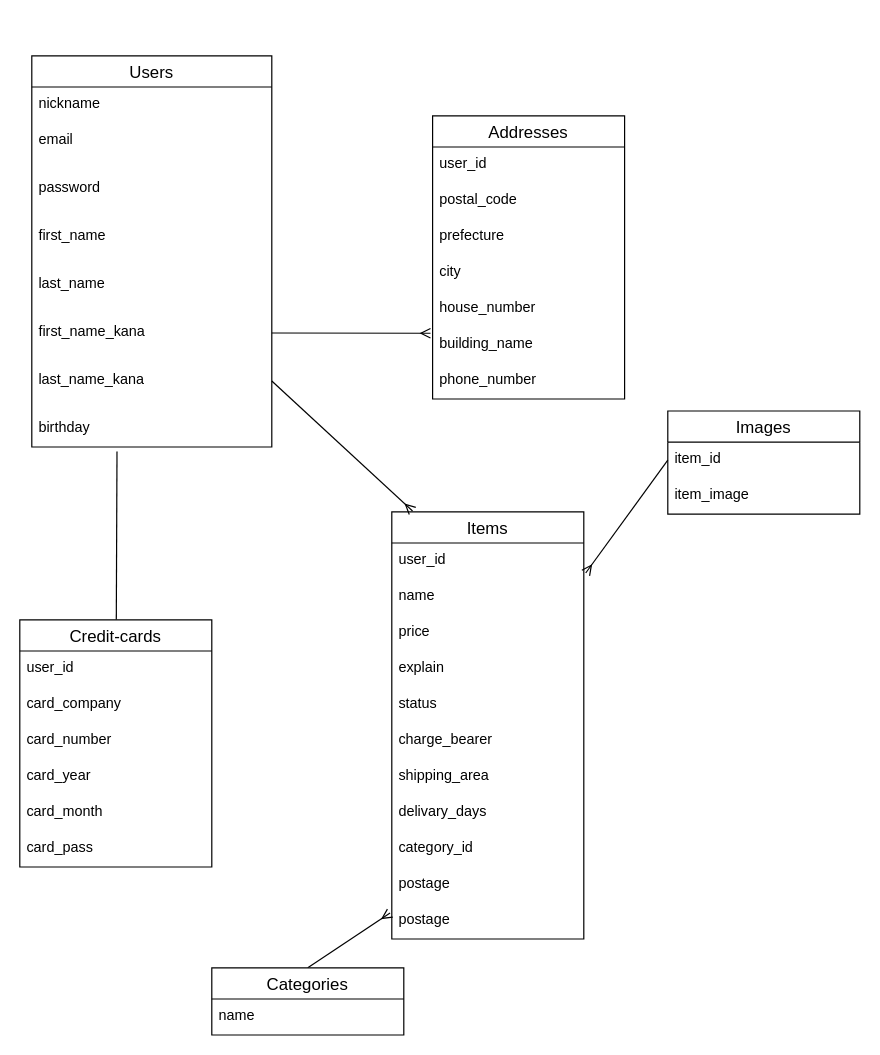
Above: test.dio in yk8710/furima-37813 (draw.io), before the change. Source tidied: cells renumbered, new cells numbered last; positions are measured from the earlier drawing's top-left corner, leaving out a move shared by most shapes. Both pictures are drawn from the tidied source at 120%, with x=0, y=0 at pixel (19, 55).
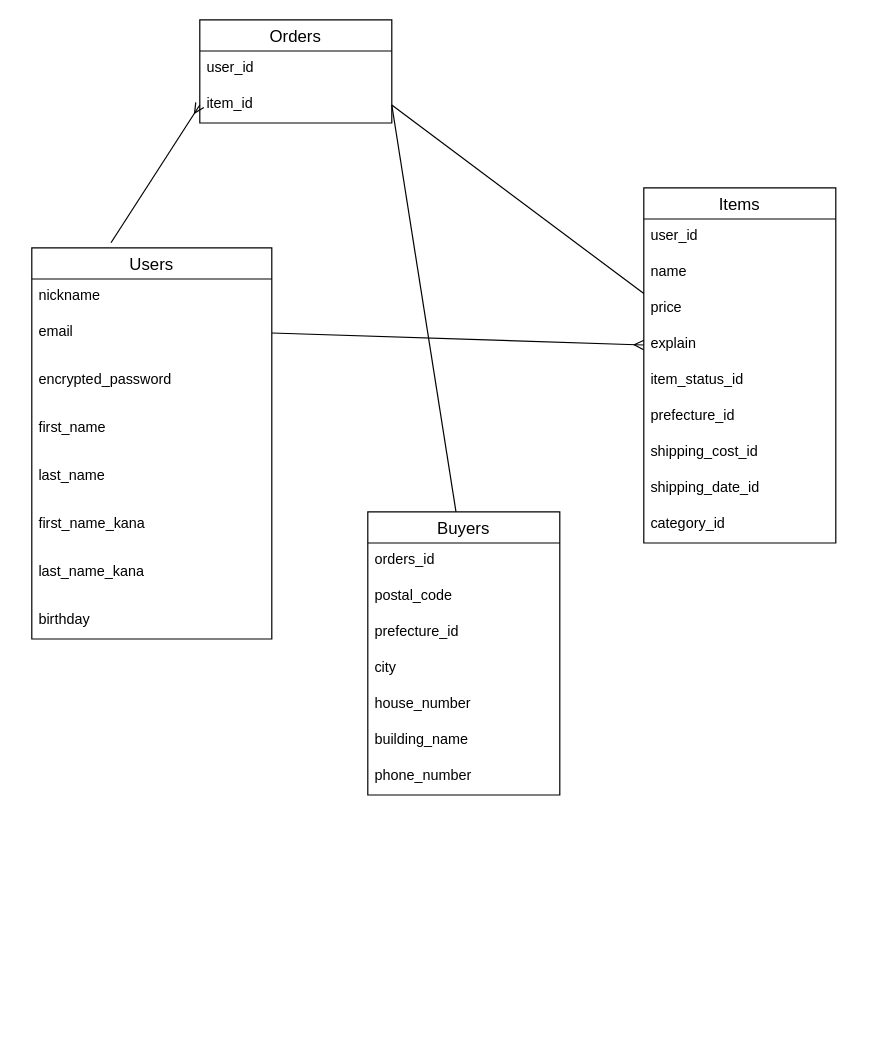
The same page after the edit.

Commit message (it also covers changes not shown here):
データベース設計の修正

Unchanged cells that the change refers to:
```xml
<mxCell id="4" value="email                       " style="text;strokeColor=none;fillColor=none;spacingLeft=4;spacingRight=4;overflow=hidden;points=[[0,0.5],[1,0.5]];portConstraint=eastwest;fontSize=12;labelBorderColor=none;" parent="2" vertex="1">
  <mxGeometry y="56" width="200" height="30" as="geometry" />
</mxCell>
<mxCell id="12" value="first_name_kana    " style="text;strokeColor=none;fillColor=none;spacingLeft=4;spacingRight=4;overflow=hidden;points=[[0,0.5],[1,0.5]];portConstraint=eastwest;fontSize=12;labelBorderColor=none;" parent="2" vertex="1">
  <mxGeometry y="216" width="200" height="30" as="geometry" />
</mxCell>
<mxCell id="14" value="last_name_kana" style="text;strokeColor=none;fillColor=none;spacingLeft=4;spacingRight=4;overflow=hidden;points=[[0,0.5],[1,0.5]];portConstraint=eastwest;fontSize=12;labelBorderColor=none;" parent="2" vertex="1">
  <mxGeometry y="256" width="200" height="30" as="geometry" />
</mxCell>
<mxCell id="16" value="birthday" style="text;strokeColor=none;fillColor=none;spacingLeft=4;spacingRight=4;overflow=hidden;points=[[0,0.5],[1,0.5]];portConstraint=eastwest;fontSize=12;labelBorderColor=none;" parent="2" vertex="1">
  <mxGeometry y="296" width="200" height="30" as="geometry" />
</mxCell>
<mxCell id="34" value="user_id" style="text;strokeColor=none;fillColor=none;spacingLeft=4;spacingRight=4;overflow=hidden;points=[[0,0.5],[1,0.5]];portConstraint=eastwest;fontSize=12;labelBorderColor=none;" parent="33" vertex="1">
  <mxGeometry y="26" width="160" height="30" as="geometry" />
</mxCell>
<mxCell id="37" value="explain" style="text;strokeColor=none;fillColor=none;spacingLeft=4;spacingRight=4;overflow=hidden;points=[[0,0.5],[1,0.5]];portConstraint=eastwest;fontSize=12;labelBorderColor=none;" parent="33" vertex="1">
  <mxGeometry y="116" width="160" height="30" as="geometry" />
</mxCell>
```

The edit, as a diff of the source:
```diff
@@
     <mxCell id="2" value="Users" style="swimlane;fontStyle=0;horizontal=1;startSize=26;align=center;fontSize=14;labelBorderColor=none;strokeColor=default;" parent="1" vertex="1">
-      <mxGeometry x="10" width="200" height="326" as="geometry" />
+      <mxGeometry x="10" y="160" width="200" height="326" as="geometry" />
     </mxCell>
@@
-    <mxCell id="6" value="password                " style="text;strokeColor=none;fillColor=none;spacingLeft=4;spacingRight=4;overflow=hidden;fontSize=12;labelBorderColor=none;" parent="2" vertex="1">
+    <mxCell id="6" value="encrypted_password                " style="text;strokeColor=none;fillColor=none;spacingLeft=4;spacingRight=4;overflow=hidden;fontSize=12;labelBorderColor=none;" parent="2" vertex="1">
       <mxGeometry y="96" width="200" height="30" as="geometry" />
     </mxCell>
@@
-    <mxCell id="17" style="edgeStyle=none;rounded=1;jumpSize=6;html=1;entryX=0.355;entryY=1.127;entryDx=0;entryDy=0;entryPerimeter=0;endArrow=none;endFill=0;startSize=6;targetPerimeterSpacing=0;strokeColor=default;strokeWidth=1;" parent="1" edge="1" source="18" target="16">
-      <mxGeometry relative="1" as="geometry" />
-    </mxCell>
-    <mxCell id="18" value="Credit-cards" style="swimlane;fontStyle=0;horizontal=1;startSize=26;align=center;fontSize=14;labelBorderColor=none;strokeColor=default;" parent="1" vertex="1">
-      <mxGeometry y="470" width="160" height="206" as="geometry" />
-    </mxCell>
-    <mxCell id="19" value="user_id" style="text;strokeColor=none;fillColor=none;spacingLeft=4;spacingRight=4;overflow=hidden;fontSize=12;labelBorderColor=none;" parent="18" vertex="1">
-      <mxGeometry y="26" width="160" height="30" as="geometry" />
-    </mxCell>
-    <mxCell id="20" value="card_company" style="text;strokeColor=none;fillColor=none;spacingLeft=4;spacingRight=4;overflow=hidden;fontSize=12;labelBorderColor=none;" parent="18" vertex="1">
-      <mxGeometry y="56" width="160" height="30" as="geometry" />
-    </mxCell>
-    <mxCell id="21" value="card_number" style="text;strokeColor=none;fillColor=none;spacingLeft=4;spacingRight=4;overflow=hidden;fontSize=12;labelBorderColor=none;" parent="18" vertex="1">
-      <mxGeometry y="86" width="160" height="30" as="geometry" />
-    </mxCell>
-    <mxCell id="22" value="card_year" style="text;strokeColor=none;fillColor=none;spacingLeft=4;spacingRight=4;overflow=hidden;fontSize=12;labelBorderColor=none;" parent="18" vertex="1">
-      <mxGeometry y="116" width="160" height="30" as="geometry" />
-    </mxCell>
-    <mxCell id="23" value="card_month" style="text;strokeColor=none;fillColor=none;spacingLeft=4;spacingRight=4;overflow=hidden;fontSize=12;labelBorderColor=none;" parent="18" vertex="1">
-      <mxGeometry y="146" width="160" height="30" as="geometry" />
-    </mxCell>
-    <mxCell id="24" value="card_pass" style="text;strokeColor=none;fillColor=none;spacingLeft=4;spacingRight=4;overflow=hidden;fontSize=12;labelBorderColor=none;" parent="18" vertex="1">
-      <mxGeometry y="176" width="160" height="30" as="geometry" />
-    </mxCell>
-    <mxCell id="25" value="Addresses" style="swimlane;fontStyle=0;horizontal=1;startSize=26;align=center;fontSize=14;labelBorderColor=none;strokeColor=default;" parent="1" vertex="1">
-      <mxGeometry x="344" y="50" width="160" height="236" as="geometry" />
-    </mxCell>
-    <mxCell id="26" value="user_id" style="text;strokeColor=none;fillColor=none;spacingLeft=4;spacingRight=4;overflow=hidden;fontSize=12;labelBorderColor=none;" parent="25" vertex="1">
-      <mxGeometry y="26" width="160" height="30" as="geometry" />
-    </mxCell>
-    <mxCell id="27" value="postal_code" style="text;strokeColor=none;fillColor=none;spacingLeft=4;spacingRight=4;overflow=hidden;fontSize=12;labelBorderColor=none;" parent="25" vertex="1">
-      <mxGeometry y="56" width="160" height="30" as="geometry" />
-    </mxCell>
-    <mxCell id="28" value="prefecture" style="text;strokeColor=none;fillColor=none;spacingLeft=4;spacingRight=4;overflow=hidden;fontSize=12;labelBorderColor=none;" parent="25" vertex="1">
-      <mxGeometry y="86" width="160" height="30" as="geometry" />
-    </mxCell>
-    <mxCell id="29" value="city" style="text;strokeColor=none;fillColor=none;spacingLeft=4;spacingRight=4;overflow=hidden;fontSize=12;labelBorderColor=none;" parent="25" vertex="1">
-      <mxGeometry y="116" width="160" height="30" as="geometry" />
-    </mxCell>
-    <mxCell id="30" value="house_number" style="text;strokeColor=none;fillColor=none;spacingLeft=4;spacingRight=4;overflow=hidden;fontSize=12;labelBorderColor=none;" parent="25" vertex="1">
-      <mxGeometry y="146" width="160" height="30" as="geometry" />
-    </mxCell>
-    <mxCell id="31" value="building_name" style="text;strokeColor=none;fillColor=none;spacingLeft=4;spacingRight=4;overflow=hidden;points=[[0,0.5],[1,0.5]];portConstraint=eastwest;fontSize=12;labelBorderColor=none;" parent="25" vertex="1">
-      <mxGeometry y="176" width="160" height="30" as="geometry" />
-    </mxCell>
-    <mxCell id="32" value="phone_number" style="text;strokeColor=none;fillColor=none;spacingLeft=4;spacingRight=4;overflow=hidden;fontSize=12;labelBorderColor=none;" parent="25" vertex="1">
-      <mxGeometry y="206" width="160" height="30" as="geometry" />
-    </mxCell>
     <mxCell id="33" value="Items" style="swimlane;fontStyle=0;horizontal=1;startSize=26;align=center;fontSize=14;labelBorderColor=none;strokeColor=default;" parent="1" vertex="1">
-      <mxGeometry x="310" y="380" width="160" height="356" as="geometry" />
+      <mxGeometry x="520" y="110" width="160" height="296" as="geometry" />
     </mxCell>
@@
-    <mxCell id="38" value="status" style="text;strokeColor=none;fillColor=none;spacingLeft=4;spacingRight=4;overflow=hidden;fontSize=12;labelBorderColor=none;" parent="33" vertex="1">
+    <mxCell id="38" value="item_status_id" style="text;strokeColor=none;fillColor=none;spacingLeft=4;spacingRight=4;overflow=hidden;fontSize=12;labelBorderColor=none;" parent="33" vertex="1">
       <mxGeometry y="146" width="160" height="30" as="geometry" />
     </mxCell>
-    <mxCell id="39" value="charge_bearer" style="text;strokeColor=none;fillColor=none;spacingLeft=4;spacingRight=4;overflow=hidden;fontSize=12;labelBorderColor=none;" parent="33" vertex="1">
+    <mxCell id="39" value="prefecture_id" style="text;strokeColor=none;fillColor=none;spacingLeft=4;spacingRight=4;overflow=hidden;fontSize=12;labelBorderColor=none;" parent="33" vertex="1">
       <mxGeometry y="176" width="160" height="30" as="geometry" />
     </mxCell>
-    <mxCell id="40" value="shipping_area" style="text;strokeColor=none;fillColor=none;spacingLeft=4;spacingRight=4;overflow=hidden;fontSize=12;labelBorderColor=none;" parent="33" vertex="1">
+    <mxCell id="40" value="shipping_cost_id" style="text;strokeColor=none;fillColor=none;spacingLeft=4;spacingRight=4;overflow=hidden;fontSize=12;labelBorderColor=none;" parent="33" vertex="1">
       <mxGeometry y="206" width="160" height="30" as="geometry" />
     </mxCell>
-    <mxCell id="41" value="delivary_days" style="text;strokeColor=none;fillColor=none;spacingLeft=4;spacingRight=4;overflow=hidden;fontSize=12;labelBorderColor=none;" parent="33" vertex="1">
+    <mxCell id="41" value="shipping_date_id" style="text;strokeColor=none;fillColor=none;spacingLeft=4;spacingRight=4;overflow=hidden;fontSize=12;labelBorderColor=none;" parent="33" vertex="1">
       <mxGeometry y="236" width="160" height="30" as="geometry" />
     </mxCell>
@@
-    <mxCell id="43" value="postage" style="text;strokeColor=none;fillColor=none;spacingLeft=4;spacingRight=4;overflow=hidden;fontSize=12;labelBorderColor=none;" parent="33" vertex="1">
-      <mxGeometry y="296" width="160" height="30" as="geometry" />
-    </mxCell>
-    <mxCell id="44" value="postage" style="text;strokeColor=none;fillColor=none;spacingLeft=4;spacingRight=4;overflow=hidden;points=[[0,0.5],[1,0.5]];portConstraint=eastwest;fontSize=12;labelBorderColor=none;" parent="33" vertex="1">
-      <mxGeometry y="326" width="160" height="30" as="geometry" />
-    </mxCell>
-    <mxCell id="45" style="edgeStyle=none;html=1;exitX=0.5;exitY=0;exitDx=0;exitDy=0;entryX=-0.009;entryY=0.28;entryDx=0;entryDy=0;entryPerimeter=0;endArrow=ERmany;endFill=0;" parent="1" edge="1" source="46" target="44">
-      <mxGeometry relative="1" as="geometry" />
-    </mxCell>
-    <mxCell id="46" value="Categories" style="swimlane;fontStyle=0;horizontal=1;startSize=26;align=center;fontSize=14;labelBorderColor=none;strokeColor=default;" parent="1" vertex="1">
-      <mxGeometry x="160" y="760" width="160" height="56" as="geometry" />
-    </mxCell>
-    <mxCell id="47" value="name" style="text;strokeColor=none;fillColor=none;spacingLeft=4;spacingRight=4;overflow=hidden;fontSize=12;labelBorderColor=none;" parent="46" vertex="1">
-      <mxGeometry y="26" width="160" height="30" as="geometry" />
-    </mxCell>
-    <mxCell id="48" value="Images" style="swimlane;fontStyle=0;horizontal=1;startSize=26;align=center;fontSize=14;labelBorderColor=none;strokeColor=default;" parent="1" vertex="1">
-      <mxGeometry x="540" y="296" width="160" height="86" as="geometry" />
-    </mxCell>
+    <mxCell id="54" value="Orders" style="swimlane;fontStyle=0;horizontal=1;startSize=26;align=center;fontSize=14;labelBorderColor=none;strokeColor=default;" parent="1" vertex="1">
+      <mxGeometry x="150" y="-30" width="160" height="86" as="geometry" />
+    </mxCell>
+    <mxCell id="55" value="user_id" style="text;strokeColor=none;fillColor=none;spacingLeft=4;spacingRight=4;overflow=hidden;fontSize=12;labelBorderColor=none;" parent="54" vertex="1">
+      <mxGeometry y="26" width="160" height="30" as="geometry" />
+    </mxCell>
-    <mxCell id="49" value="item_id" style="text;strokeColor=none;fillColor=none;spacingLeft=4;spacingRight=4;overflow=hidden;points=[[0,0.5],[1,0.5]];portConstraint=eastwest;fontSize=12;labelBorderColor=none;" parent="48" vertex="1">
-      <mxGeometry y="26" width="160" height="30" as="geometry" />
+    <mxCell id="49" value="item_id" style="text;strokeColor=none;fillColor=none;spacingLeft=4;spacingRight=4;overflow=hidden;points=[[0,0.5],[1,0.5]];portConstraint=eastwest;fontSize=12;labelBorderColor=none;" parent="54" vertex="1">
+      <mxGeometry y="56" width="160" height="30" as="geometry" />
     </mxCell>
-    <mxCell id="50" value="item_image" style="text;strokeColor=none;fillColor=none;spacingLeft=4;spacingRight=4;overflow=hidden;fontSize=12;labelBorderColor=none;" parent="48" vertex="1">
-      <mxGeometry y="56" width="160" height="30" as="geometry" />
-    </mxCell>
-    <mxCell id="51" style="edgeStyle=none;html=1;exitX=1;exitY=0.5;exitDx=0;exitDy=0;entryX=-0.011;entryY=0.173;entryDx=0;entryDy=0;entryPerimeter=0;strokeColor=default;rounded=1;endArrow=ERmany;endFill=0;" parent="1" edge="1" source="12" target="31">
-      <mxGeometry relative="1" as="geometry" />
-    </mxCell>
-    <mxCell id="52" style="edgeStyle=none;html=1;exitX=1;exitY=0.5;exitDx=0;exitDy=0;entryX=0.108;entryY=-0.002;entryDx=0;entryDy=0;entryPerimeter=0;endArrow=ERmany;endFill=0;startSize=6;jumpSize=6;targetPerimeterSpacing=0;strokeWidth=1;" parent="1" edge="1" source="14" target="33">
-      <mxGeometry relative="1" as="geometry" />
-    </mxCell>
-    <mxCell id="53" style="edgeStyle=none;html=1;exitX=0;exitY=0.5;exitDx=0;exitDy=0;entryX=1.01;entryY=0.833;entryDx=0;entryDy=0;entryPerimeter=0;endArrow=ERmany;endFill=0;" parent="1" edge="1" source="49" target="34">
-      <mxGeometry relative="1" as="geometry" />
-    </mxCell>
+    <mxCell id="56" style="edgeStyle=none;rounded=1;jumpSize=6;html=1;exitX=0;exitY=0.5;exitDx=0;exitDy=0;entryX=0.33;entryY=-0.013;entryDx=0;entryDy=0;entryPerimeter=0;endArrow=none;endFill=0;startSize=6;targetPerimeterSpacing=0;strokeColor=default;strokeWidth=1;startArrow=ERmany;startFill=0;" parent="1" edge="1" source="49" target="2">
+      <mxGeometry relative="1" as="geometry" />
+    </mxCell>
+    <mxCell id="57" style="edgeStyle=none;rounded=1;jumpSize=6;html=1;exitX=1;exitY=0.5;exitDx=0;exitDy=0;startArrow=none;startFill=0;endArrow=none;endFill=0;startSize=6;targetPerimeterSpacing=0;strokeColor=default;strokeWidth=1;" parent="1" edge="1" source="49" target="33">
+      <mxGeometry relative="1" as="geometry" />
+    </mxCell>
+    <mxCell id="58" style="edgeStyle=none;rounded=1;jumpSize=6;html=1;exitX=1;exitY=0.5;exitDx=0;exitDy=0;startArrow=none;startFill=0;endArrow=none;endFill=0;startSize=6;targetPerimeterSpacing=0;strokeColor=default;strokeWidth=1;" parent="1" edge="1" source="49">
+      <mxGeometry relative="1" as="geometry">
+        <mxPoint x="363.8" y="382" as="targetPoint" />
+      </mxGeometry>
+    </mxCell>
+    <mxCell id="59" style="edgeStyle=none;rounded=1;jumpSize=6;html=1;exitX=1;exitY=0.5;exitDx=0;exitDy=0;entryX=0;entryY=0.5;entryDx=0;entryDy=0;startArrow=none;startFill=0;endArrow=ERmany;endFill=0;startSize=6;targetPerimeterSpacing=0;strokeColor=default;strokeWidth=1;" parent="1" edge="1" source="4" target="37">
+      <mxGeometry relative="1" as="geometry" />
+    </mxCell>
+    <mxCell id="60" value="Buyers" style="swimlane;fontStyle=0;horizontal=1;startSize=26;align=center;fontSize=14;labelBorderColor=none;strokeColor=default;" parent="1" vertex="1">
+      <mxGeometry x="290" y="380" width="160" height="236" as="geometry" />
+    </mxCell>
+    <mxCell id="61" value="orders_id" style="text;strokeColor=none;fillColor=none;spacingLeft=4;spacingRight=4;overflow=hidden;fontSize=12;labelBorderColor=none;" parent="60" vertex="1">
+      <mxGeometry y="26" width="160" height="30" as="geometry" />
+    </mxCell>
+    <mxCell id="27" value="postal_code" style="text;strokeColor=none;fillColor=none;spacingLeft=4;spacingRight=4;overflow=hidden;fontSize=12;labelBorderColor=none;" parent="60" vertex="1">
+      <mxGeometry y="56" width="160" height="30" as="geometry" />
+    </mxCell>
+    <mxCell id="62" value="prefecture_id" style="text;strokeColor=none;fillColor=none;spacingLeft=4;spacingRight=4;overflow=hidden;fontSize=12;labelBorderColor=none;" parent="60" vertex="1">
+      <mxGeometry y="86" width="160" height="30" as="geometry" />
+    </mxCell>
+    <mxCell id="29" value="city" style="text;strokeColor=none;fillColor=none;spacingLeft=4;spacingRight=4;overflow=hidden;fontSize=12;labelBorderColor=none;" parent="60" vertex="1">
+      <mxGeometry y="116" width="160" height="30" as="geometry" />
+    </mxCell>
+    <mxCell id="30" value="house_number" style="text;strokeColor=none;fillColor=none;spacingLeft=4;spacingRight=4;overflow=hidden;fontSize=12;labelBorderColor=none;" parent="60" vertex="1">
+      <mxGeometry y="146" width="160" height="30" as="geometry" />
+    </mxCell>
+    <mxCell id="31" value="building_name" style="text;strokeColor=none;fillColor=none;spacingLeft=4;spacingRight=4;overflow=hidden;points=[[0,0.5],[1,0.5]];portConstraint=eastwest;fontSize=12;labelBorderColor=none;" parent="60" vertex="1">
+      <mxGeometry y="176" width="160" height="30" as="geometry" />
+    </mxCell>
+    <mxCell id="32" value="phone_number" style="text;strokeColor=none;fillColor=none;spacingLeft=4;spacingRight=4;overflow=hidden;fontSize=12;labelBorderColor=none;" parent="60" vertex="1">
+      <mxGeometry y="206" width="160" height="30" as="geometry" />
+    </mxCell>
```
